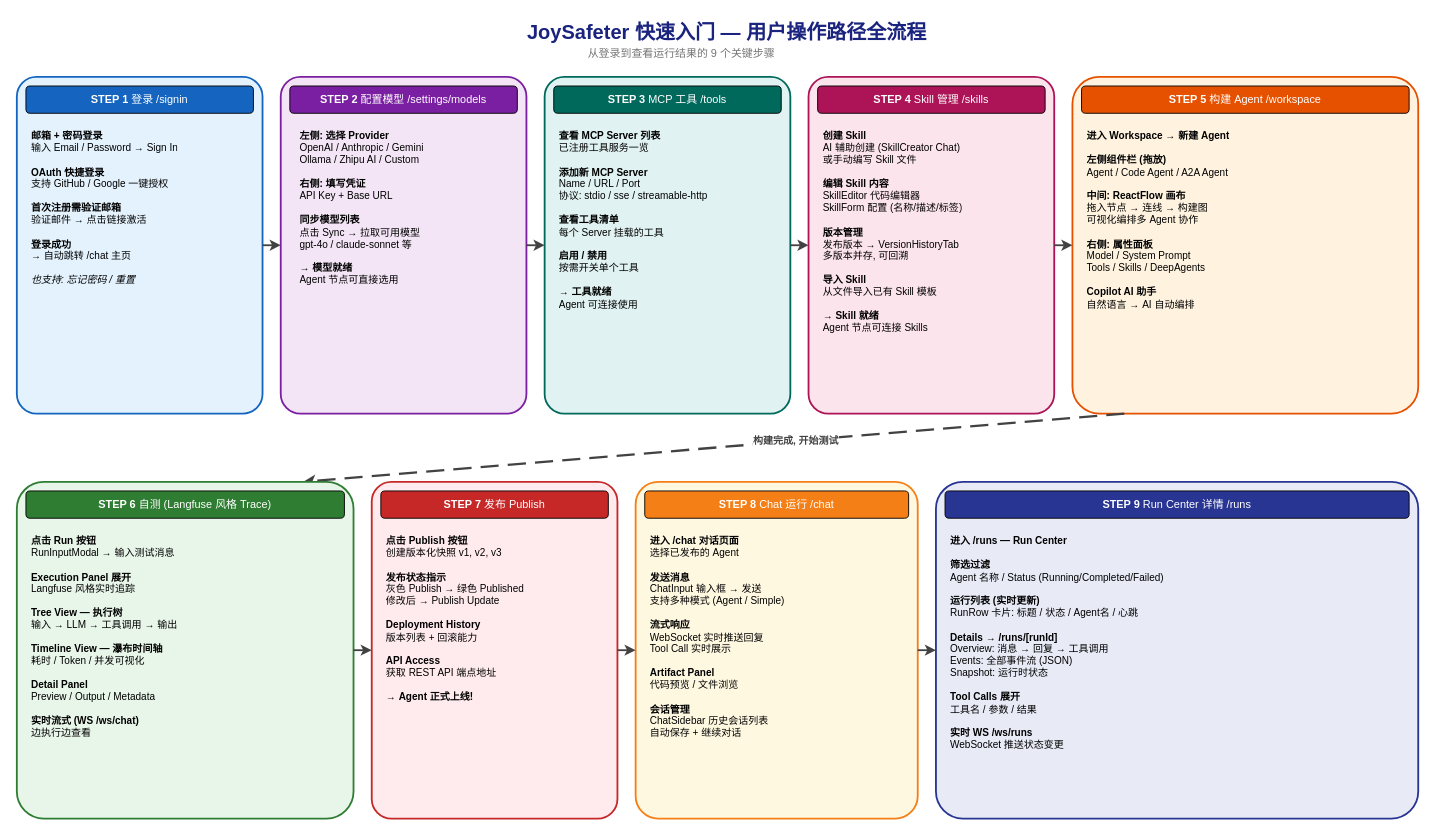
The draw.io diagram docs/user-journey-quickstart.drawio in jd-opensource/JoySafeter, before the edit. Source tidied: cells renumbered, new cells numbered last; positions are measured from the earlier drawing's top-left corner, leaving out a move shared by most shapes. Both pictures are drawn from the tidied source at 91%, with x=0, y=0 at pixel (16, 15).
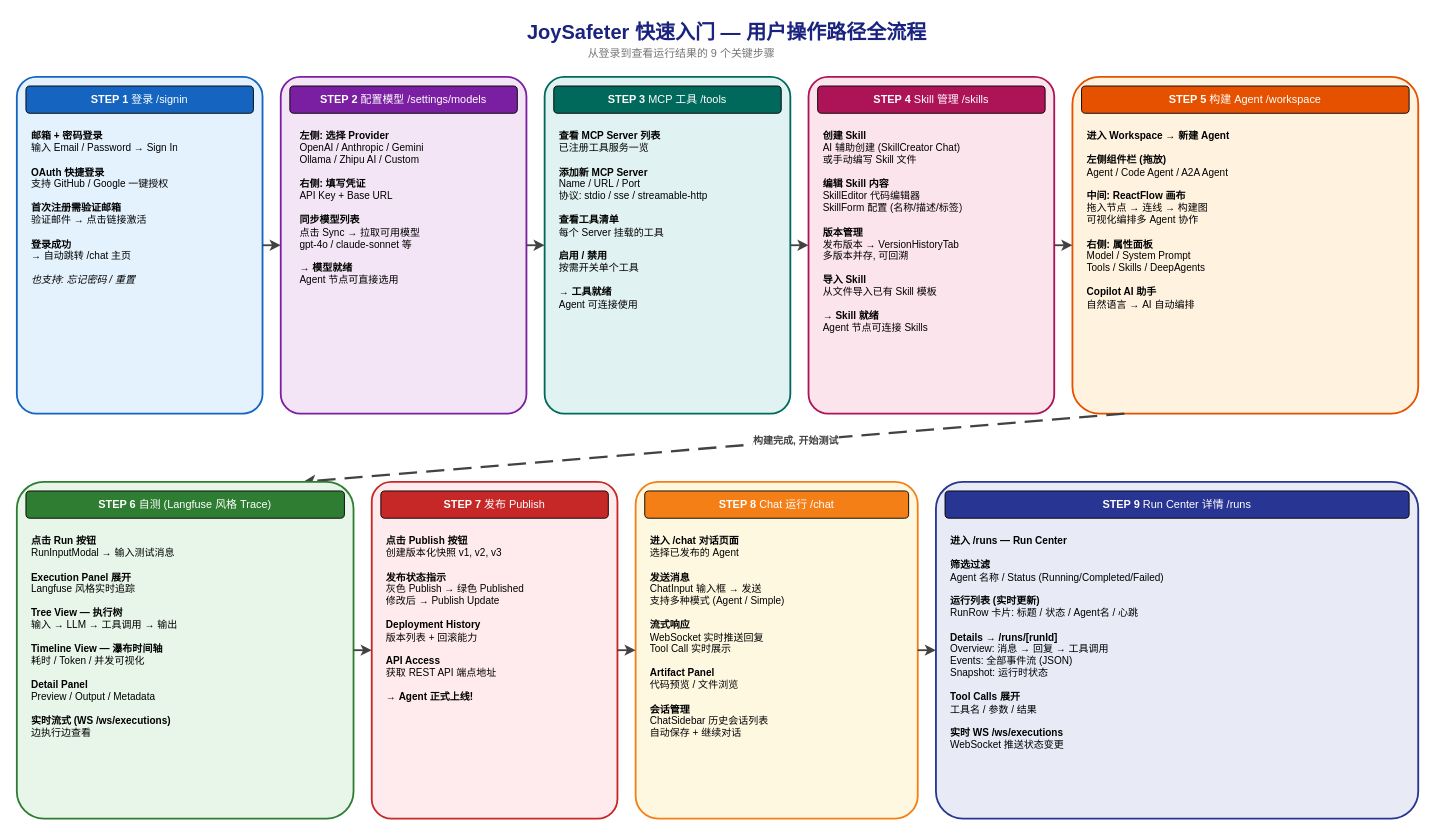
Above is the later version.

Commit message (it also covers changes not shown here):
refactor: update execution error schema and standardize WebSocket endpoint to /ws/executions

The edit, as a diff of the source:
```diff
@@
-    <mxCell id="26" value="&lt;b&gt;点击 Run 按钮&lt;/b&gt;&lt;br/&gt;RunInputModal → 输入测试消息&lt;br/&gt;&lt;br/&gt;&lt;b&gt;Execution Panel 展开&lt;/b&gt;&lt;br/&gt;Langfuse 风格实时追踪&lt;br/&gt;&lt;br/&gt;&lt;b&gt;Tree View — 执行树&lt;/b&gt;&lt;br/&gt;输入 → LLM → 工具调用 → 输出&lt;br/&gt;&lt;br/&gt;&lt;b&gt;Timeline View — 瀑布时间轴&lt;/b&gt;&lt;br/&gt;耗时 / Token / 并发可视化&lt;br/&gt;&lt;br/&gt;&lt;b&gt;Detail Panel&lt;/b&gt;&lt;br/&gt;Preview / Output / Metadata&lt;br/&gt;&lt;br/&gt;&lt;b&gt;实时流式 (WS /ws/chat)&lt;/b&gt;&lt;br/&gt;边执行边查看" style="text;html=1;align=left;verticalAlign=top;whiteSpace=wrap;overflow=hidden;fontSize=11;spacing=6;" parent="1" vertex="1">
+    <mxCell id="26" value="&lt;b&gt;点击 Run 按钮&lt;/b&gt;&lt;br/&gt;RunInputModal → 输入测试消息&lt;br/&gt;&lt;br/&gt;&lt;b&gt;Execution Panel 展开&lt;/b&gt;&lt;br/&gt;Langfuse 风格实时追踪&lt;br/&gt;&lt;br/&gt;&lt;b&gt;Tree View — 执行树&lt;/b&gt;&lt;br/&gt;输入 → LLM → 工具调用 → 输出&lt;br/&gt;&lt;br/&gt;&lt;b&gt;Timeline View — 瀑布时间轴&lt;/b&gt;&lt;br/&gt;耗时 / Token / 并发可视化&lt;br/&gt;&lt;br/&gt;&lt;b&gt;Detail Panel&lt;/b&gt;&lt;br/&gt;Preview / Output / Metadata&lt;br/&gt;&lt;br/&gt;&lt;b&gt;实时流式 (WS /ws/executions)&lt;/b&gt;&lt;br/&gt;边执行边查看" style="text;html=1;align=left;verticalAlign=top;whiteSpace=wrap;overflow=hidden;fontSize=11;spacing=6;" parent="1" vertex="1">
       <mxGeometry x="10" y="560" width="350" height="312" as="geometry" />
     </mxCell>
@@
-    <mxCell id="35" value="&lt;b&gt;进入 /runs — Run Center&lt;/b&gt;&lt;br/&gt;&lt;br/&gt;&lt;b&gt;筛选过滤&lt;/b&gt;&lt;br/&gt;Agent 名称 / Status (Running/Completed/Failed)&lt;br/&gt;&lt;br/&gt;&lt;b&gt;运行列表 (实时更新)&lt;/b&gt;&lt;br/&gt;RunRow 卡片: 标题 / 状态 / Agent名 / 心跳&lt;br/&gt;&lt;br/&gt;&lt;b&gt;Details → /runs/[runId]&lt;/b&gt;&lt;br/&gt;Overview: 消息 → 回复 → 工具调用&lt;br/&gt;Events: 全部事件流 (JSON)&lt;br/&gt;Snapshot: 运行时状态&lt;br/&gt;&lt;br/&gt;&lt;b&gt;Tool Calls 展开&lt;/b&gt;&lt;br/&gt;工具名 / 参数 / 结果&lt;br/&gt;&lt;br/&gt;&lt;b&gt;实时 WS /ws/runs&lt;/b&gt;&lt;br/&gt;WebSocket 推送状态变更" style="text;html=1;align=left;verticalAlign=top;whiteSpace=wrap;overflow=hidden;fontSize=11;spacing=6;" parent="1" vertex="1">
+    <mxCell id="35" value="&lt;b&gt;进入 /runs — Run Center&lt;/b&gt;&lt;br/&gt;&lt;br/&gt;&lt;b&gt;筛选过滤&lt;/b&gt;&lt;br/&gt;Agent 名称 / Status (Running/Completed/Failed)&lt;br/&gt;&lt;br/&gt;&lt;b&gt;运行列表 (实时更新)&lt;/b&gt;&lt;br/&gt;RunRow 卡片: 标题 / 状态 / Agent名 / 心跳&lt;br/&gt;&lt;br/&gt;&lt;b&gt;Details → /runs/[runId]&lt;/b&gt;&lt;br/&gt;Overview: 消息 → 回复 → 工具调用&lt;br/&gt;Events: 全部事件流 (JSON)&lt;br/&gt;Snapshot: 运行时状态&lt;br/&gt;&lt;br/&gt;&lt;b&gt;Tool Calls 展开&lt;/b&gt;&lt;br/&gt;工具名 / 参数 / 结果&lt;br/&gt;&lt;br/&gt;&lt;b&gt;实时 WS /ws/executions&lt;/b&gt;&lt;br/&gt;WebSocket 推送状态变更" style="text;html=1;align=left;verticalAlign=top;whiteSpace=wrap;overflow=hidden;fontSize=11;spacing=6;" parent="1" vertex="1">
       <mxGeometry x="1020" y="560" width="510" height="312" as="geometry" />
     </mxCell>
```
